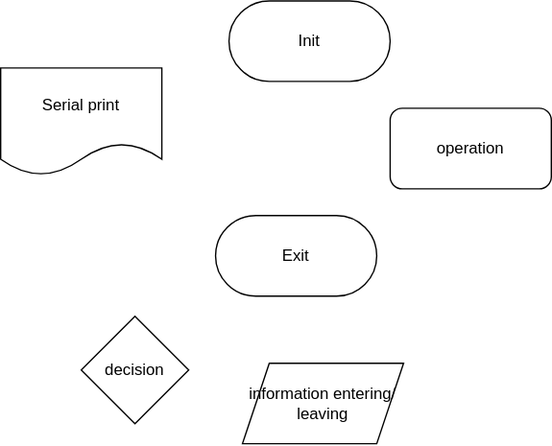
Before: FSM.drawio.svg, a diagram exported from draw.io (hieunguyen3092003/LD-Project). Source tidied: cells renumbered, new cells last; positions are measured from the earlier drawing's top-left corner, leaving out a move shared by most shapes.
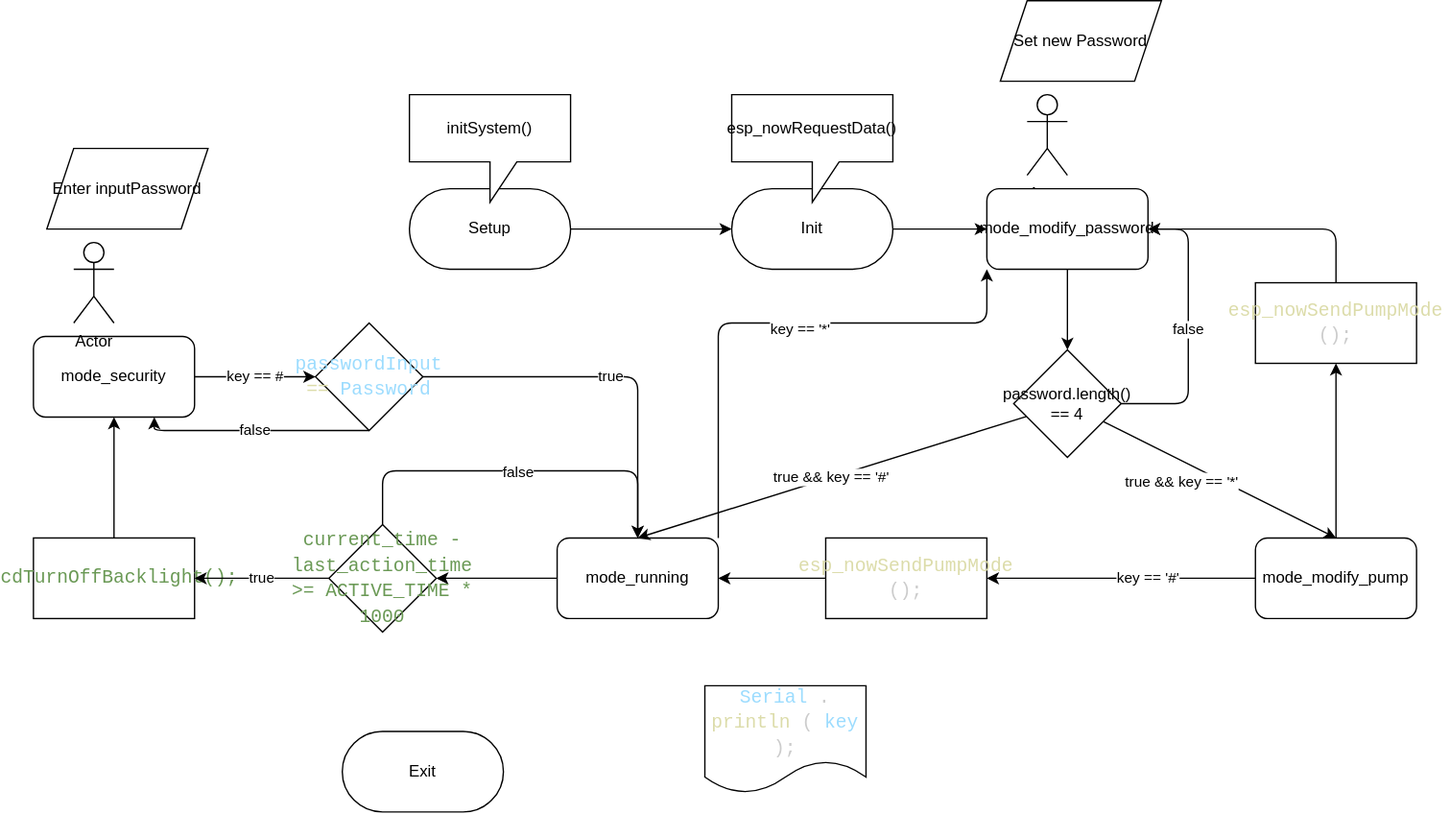
The same diagram one commit later.

What changed in the source:
```diff
@@ -3,22 +3,162 @@
     <mxCell id="0" />
     <mxCell id="1" parent="0" />
     <mxCell id="2" value="Exit" style="rounded=1;whiteSpace=wrap;html=1;arcSize=50;" parent="1" vertex="1">
-      <mxGeometry x="160" y="160" width="120" height="60" as="geometry" />
+      <mxGeometry x="-150" y="314" width="120" height="60" as="geometry" />
     </mxCell>
+    <mxCell id="4" value="&lt;div style=&quot;color: rgb(204, 204, 204); font-family: Consolas, &amp;quot;Courier New&amp;quot;, monospace; font-size: 14px; line-height: 19px;&quot;&gt;&lt;span style=&quot;color: rgb(156, 220, 254);&quot;&gt;Serial&lt;/span&gt;.&lt;span style=&quot;color: rgb(220, 220, 170);&quot;&gt;println&lt;/span&gt;(&lt;span style=&quot;color: rgb(156, 220, 254);&quot;&gt;key&lt;/span&gt;);&lt;/div&gt;" style="shape=document;whiteSpace=wrap;html=1;boundedLbl=1;" parent="1" vertex="1">
+      <mxGeometry x="120" y="280" width="120" height="80" as="geometry" />
+    </mxCell>
+    <mxCell id="8" style="edgeStyle=none;html=1;entryX=0;entryY=0.5;entryDx=0;entryDy=0;" parent="1" edge="1" source="9" target="3">
+      <mxGeometry relative="1" as="geometry" />
+    </mxCell>
+    <mxCell id="9" value="Setup" style="rounded=1;whiteSpace=wrap;html=1;arcSize=50;" parent="1" vertex="1">
+      <mxGeometry x="-100" y="-90" width="120" height="60" as="geometry" />
+    </mxCell>
+    <mxCell id="10" value="initSystem()" style="shape=callout;whiteSpace=wrap;html=1;perimeter=calloutPerimeter;" parent="1" vertex="1">
+      <mxGeometry x="-100" y="-160" width="120" height="80" as="geometry" />
+    </mxCell>
+    <mxCell id="11" style="group;" parent="1" vertex="1">
+      <mxGeometry x="140" y="-160" width="120" height="130" as="geometry" />
+    </mxCell>
-    <mxCell id="3" value="Init" style="rounded=1;whiteSpace=wrap;html=1;arcSize=50;" parent="1" vertex="1">
-      <mxGeometry x="170" width="120" height="60" as="geometry" />
+    <mxCell id="3" value="Init" style="rounded=1;whiteSpace=wrap;html=1;arcSize=50;" parent="11" vertex="1">
+      <mxGeometry y="70" width="120" height="60" as="geometry" />
     </mxCell>
-    <mxCell id="4" value="Serial print" style="shape=document;whiteSpace=wrap;html=1;boundedLbl=1;" parent="1" vertex="1">
-      <mxGeometry y="50" width="120" height="80" as="geometry" />
-    </mxCell>
-    <mxCell id="5" value="decision" style="rhombus;whiteSpace=wrap;html=1;" parent="1" vertex="1">
-      <mxGeometry x="60" y="235" width="80" height="80" as="geometry" />
-    </mxCell>
-    <mxCell id="6" value="information entering/ leaving" style="shape=parallelogram;perimeter=parallelogramPerimeter;whiteSpace=wrap;html=1;fixedSize=1;" parent="1" vertex="1">
-      <mxGeometry x="180" y="270" width="120" height="60" as="geometry" />
-    </mxCell>
-    <mxCell id="7" value="operation" style="rounded=1;whiteSpace=wrap;html=1;" parent="1" vertex="1">
-      <mxGeometry x="290" y="80" width="120" height="60" as="geometry" />
-    </mxCell>
+    <mxCell id="12" value="esp_nowRequestData()" style="shape=callout;whiteSpace=wrap;html=1;perimeter=calloutPerimeter;" parent="11" vertex="1">
+      <mxGeometry width="120" height="80" as="geometry" />
+    </mxCell>
+    <mxCell id="13" value="key == #" style="edgeStyle=none;html=1;entryX=0;entryY=0.5;entryDx=0;entryDy=0;" parent="1" edge="1" source="14" target="44">
+      <mxGeometry relative="1" as="geometry" />
+    </mxCell>
+    <mxCell id="14" value="mode_security" style="rounded=1;whiteSpace=wrap;html=1;" parent="1" vertex="1">
+      <mxGeometry x="-380" y="20" width="120" height="60" as="geometry" />
+    </mxCell>
+    <mxCell id="15" style="group;" parent="1" vertex="1">
+      <mxGeometry x="330" y="-230" width="130" height="130" as="geometry" />
+    </mxCell>
+    <mxCell id="16" value="Actor" style="shape=umlActor;verticalLabelPosition=bottom;verticalAlign=top;html=1;" parent="15" vertex="1">
+      <mxGeometry x="30" y="70" width="30" height="60" as="geometry" />
+    </mxCell>
+    <mxCell id="17" value="Set new Password" style="shape=parallelogram;perimeter=parallelogramPerimeter;whiteSpace=wrap;html=1;fixedSize=1;" parent="15" vertex="1">
+      <mxGeometry x="10" width="120" height="60" as="geometry" />
+    </mxCell>
+    <mxCell id="18" style="edgeStyle=none;html=1;entryX=0.5;entryY=0;entryDx=0;entryDy=0;" parent="1" edge="1" source="19" target="28">
+      <mxGeometry relative="1" as="geometry" />
+    </mxCell>
+    <mxCell id="19" value="mode_modify_password" style="rounded=1;whiteSpace=wrap;html=1;" parent="1" vertex="1">
+      <mxGeometry x="330" y="-90" width="120" height="60" as="geometry" />
+    </mxCell>
+    <mxCell id="20" style="edgeStyle=none;html=1;" parent="1" edge="1" source="23" target="39">
+      <mxGeometry relative="1" as="geometry" />
+    </mxCell>
+    <mxCell id="21" style="edgeStyle=none;html=1;entryX=0;entryY=1;entryDx=0;entryDy=0;exitX=1;exitY=0;exitDx=0;exitDy=0;" parent="1" edge="1" source="23" target="19">
+      <mxGeometry relative="1" as="geometry">
+        <Array as="points">
+          <mxPoint x="130" y="10" />
+          <mxPoint x="330" y="10" />
+        </Array>
+      </mxGeometry>
+    </mxCell>
+    <mxCell id="22" value="key == '*'" style="edgeLabel;html=1;align=center;verticalAlign=middle;" parent="21" vertex="1">
+      <mxGeometry x="0.1" y="-4" relative="1" as="geometry" />
+    </mxCell>
+    <mxCell id="23" value="mode_running" style="rounded=1;whiteSpace=wrap;html=1;" parent="1" vertex="1">
+      <mxGeometry x="10" y="170" width="120" height="60" as="geometry" />
+    </mxCell>
+    <mxCell id="24" style="edgeStyle=none;html=1;" parent="1" edge="1" source="3" target="19">
+      <mxGeometry relative="1" as="geometry" />
+    </mxCell>
+    <mxCell id="25" value="false" style="edgeStyle=none;html=1;entryX=1;entryY=0.5;entryDx=0;entryDy=0;" parent="1" edge="1" source="28" target="19">
+      <mxGeometry relative="1" as="geometry">
+        <Array as="points">
+          <mxPoint x="480" y="70" />
+          <mxPoint x="480" y="-60" />
+        </Array>
+      </mxGeometry>
+    </mxCell>
+    <mxCell id="26" value="true &amp;amp;&amp;amp; key == '#'" style="edgeStyle=none;html=1;entryX=0.5;entryY=0;entryDx=0;entryDy=0;" parent="1" edge="1" source="28" target="23">
+      <mxGeometry relative="1" as="geometry" />
+    </mxCell>
+    <mxCell id="27" value="true &amp;amp;&amp;amp; key == '*'" style="edgeStyle=none;html=1;entryX=0.5;entryY=0;entryDx=0;entryDy=0;" parent="1" edge="1" source="28" target="31">
+      <mxGeometry x="-0.25" y="-14" relative="1" as="geometry" />
+    </mxCell>
+    <mxCell id="28" value="password.length()&lt;br&gt;== 4" style="rhombus;whiteSpace=wrap;html=1;" parent="1" vertex="1">
+      <mxGeometry x="350" y="30" width="80" height="80" as="geometry" />
+    </mxCell>
+    <mxCell id="29" value="key == '#'" style="edgeStyle=none;html=1;entryX=1;entryY=0.5;entryDx=0;entryDy=0;" parent="1" edge="1" source="31" target="35">
+      <mxGeometry x="-0.2" relative="1" as="geometry" />
+    </mxCell>
+    <mxCell id="30" style="edgeStyle=none;html=1;entryX=0.5;entryY=1;entryDx=0;entryDy=0;" parent="1" edge="1" source="31" target="41">
+      <mxGeometry relative="1" as="geometry" />
+    </mxCell>
+    <mxCell id="31" value="mode_modify_pump" style="rounded=1;whiteSpace=wrap;html=1;" parent="1" vertex="1">
+      <mxGeometry x="530" y="170" width="120" height="60" as="geometry" />
+    </mxCell>
+    <mxCell id="32" style="edgeStyle=none;html=1;entryX=0.5;entryY=1;entryDx=0;entryDy=0;exitX=0.5;exitY=0;exitDx=0;exitDy=0;" parent="1" edge="1" source="33" target="14">
+      <mxGeometry relative="1" as="geometry" />
+    </mxCell>
+    <mxCell id="33" value="&lt;div style=&quot;color: rgb(204, 204, 204); font-family: Consolas, &amp;quot;Courier New&amp;quot;, monospace; font-size: 14px; line-height: 19px;&quot;&gt;&lt;span style=&quot;color: rgb(106, 153, 85);&quot;&gt;lcdTurnOffBacklight();&lt;/span&gt;&lt;/div&gt;" style="rounded=0;whiteSpace=wrap;html=1;" parent="1" vertex="1">
+      <mxGeometry x="-380" y="170" width="120" height="60" as="geometry" />
+    </mxCell>
+    <mxCell id="34" style="edgeStyle=none;html=1;entryX=1;entryY=0.5;entryDx=0;entryDy=0;" parent="1" edge="1" source="35" target="23">
+      <mxGeometry relative="1" as="geometry" />
+    </mxCell>
+    <mxCell id="35" value="&lt;div style=&quot;color: rgb(204, 204, 204); font-family: Consolas, &amp;quot;Courier New&amp;quot;, monospace; font-size: 14px; line-height: 19px;&quot;&gt;&lt;span style=&quot;color: rgb(220, 220, 170);&quot;&gt;esp_nowSendPumpMode&lt;/span&gt;();&lt;/div&gt;" style="rounded=0;whiteSpace=wrap;html=1;" parent="1" vertex="1">
+      <mxGeometry x="210" y="170" width="120" height="60" as="geometry" />
+    </mxCell>
+    <mxCell id="36" value="true" style="edgeStyle=none;html=1;entryX=1;entryY=0.5;entryDx=0;entryDy=0;" parent="1" edge="1" source="39" target="33">
+      <mxGeometry relative="1" as="geometry" />
+    </mxCell>
+    <mxCell id="37" style="edgeStyle=none;html=1;entryX=0.5;entryY=0;entryDx=0;entryDy=0;" parent="1" edge="1" source="39" target="23">
+      <mxGeometry relative="1" as="geometry">
+        <Array as="points">
+          <mxPoint x="-120" y="120" />
+          <mxPoint x="70" y="120" />
+        </Array>
+      </mxGeometry>
+    </mxCell>
+    <mxCell id="38" value="false" style="edgeLabel;html=1;align=center;verticalAlign=middle;" parent="37" vertex="1">
+      <mxGeometry x="0.07" y="-2" relative="1" as="geometry">
+        <mxPoint x="-10" y="-2" as="offset" />
+      </mxGeometry>
+    </mxCell>
+    <mxCell id="39" value="&lt;div style=&quot;color: rgb(204, 204, 204); font-family: Consolas, &amp;quot;Courier New&amp;quot;, monospace; font-size: 14px; line-height: 19px;&quot;&gt;&lt;span style=&quot;color: rgb(106, 153, 85);&quot;&gt;current_time - last_action_time &amp;gt;= ACTIVE_TIME * 1000&lt;/span&gt;&lt;/div&gt;" style="rhombus;whiteSpace=wrap;html=1;" parent="1" vertex="1">
+      <mxGeometry x="-160" y="160" width="80" height="80" as="geometry" />
+    </mxCell>
+    <mxCell id="40" style="edgeStyle=none;html=1;entryX=1;entryY=0.5;entryDx=0;entryDy=0;" parent="1" edge="1" source="41" target="19">
+      <mxGeometry relative="1" as="geometry">
+        <Array as="points">
+          <mxPoint x="590" y="-60" />
+        </Array>
+      </mxGeometry>
+    </mxCell>
+    <mxCell id="41" value="&lt;div style=&quot;color: rgb(204, 204, 204); font-family: Consolas, &amp;quot;Courier New&amp;quot;, monospace; font-size: 14px; line-height: 19px;&quot;&gt;&lt;span style=&quot;color: rgb(220, 220, 170);&quot;&gt;esp_nowSendPumpMode&lt;/span&gt;();&lt;/div&gt;" style="rounded=0;whiteSpace=wrap;html=1;" parent="1" vertex="1">
+      <mxGeometry x="530" y="-20" width="120" height="60" as="geometry" />
+    </mxCell>
+    <mxCell id="42" value="true" style="edgeStyle=none;html=1;entryX=0.5;entryY=0;entryDx=0;entryDy=0;" parent="1" edge="1" source="44" target="23">
+      <mxGeometry relative="1" as="geometry">
+        <Array as="points">
+          <mxPoint x="70" y="50" />
+        </Array>
+      </mxGeometry>
+    </mxCell>
+    <mxCell id="43" value="false" style="edgeStyle=none;html=1;entryX=0.75;entryY=1;entryDx=0;entryDy=0;exitX=0.5;exitY=1;exitDx=0;exitDy=0;" parent="1" edge="1" source="44" target="14">
+      <mxGeometry relative="1" as="geometry">
+        <Array as="points">
+          <mxPoint x="-290" y="90" />
+        </Array>
+      </mxGeometry>
+    </mxCell>
+    <mxCell id="44" value="&lt;div style=&quot;color: rgb(204, 204, 204); font-family: Consolas, &amp;quot;Courier New&amp;quot;, monospace; font-size: 14px; line-height: 19px;&quot;&gt;&lt;span style=&quot;color: rgb(156, 220, 254);&quot;&gt;passwordInput&lt;/span&gt; &lt;span style=&quot;color: rgb(220, 220, 170);&quot;&gt;==&lt;/span&gt; &lt;span style=&quot;color: rgb(156, 220, 254);&quot;&gt;Password&lt;/span&gt;&lt;/div&gt;" style="rhombus;whiteSpace=wrap;html=1;labelBackgroundColor=none;" parent="1" vertex="1">
+      <mxGeometry x="-170" y="10" width="80" height="80" as="geometry" />
+    </mxCell>
+    <mxCell id="45" style="group;" parent="1" vertex="1">
+      <mxGeometry x="-380" y="-120" width="130" height="130" as="geometry" />
+    </mxCell>
+    <mxCell id="46" value="Actor" style="shape=umlActor;verticalLabelPosition=bottom;verticalAlign=top;html=1;" parent="45" vertex="1">
+      <mxGeometry x="30" y="70" width="30" height="60" as="geometry" />
+    </mxCell>
+    <mxCell id="47" value="Enter inputPassword" style="shape=parallelogram;perimeter=parallelogramPerimeter;whiteSpace=wrap;html=1;fixedSize=1;" parent="45" vertex="1">
+      <mxGeometry x="10" width="120" height="60" as="geometry" />
+    </mxCell>
   </root>
 </mxGraphModel>
```
